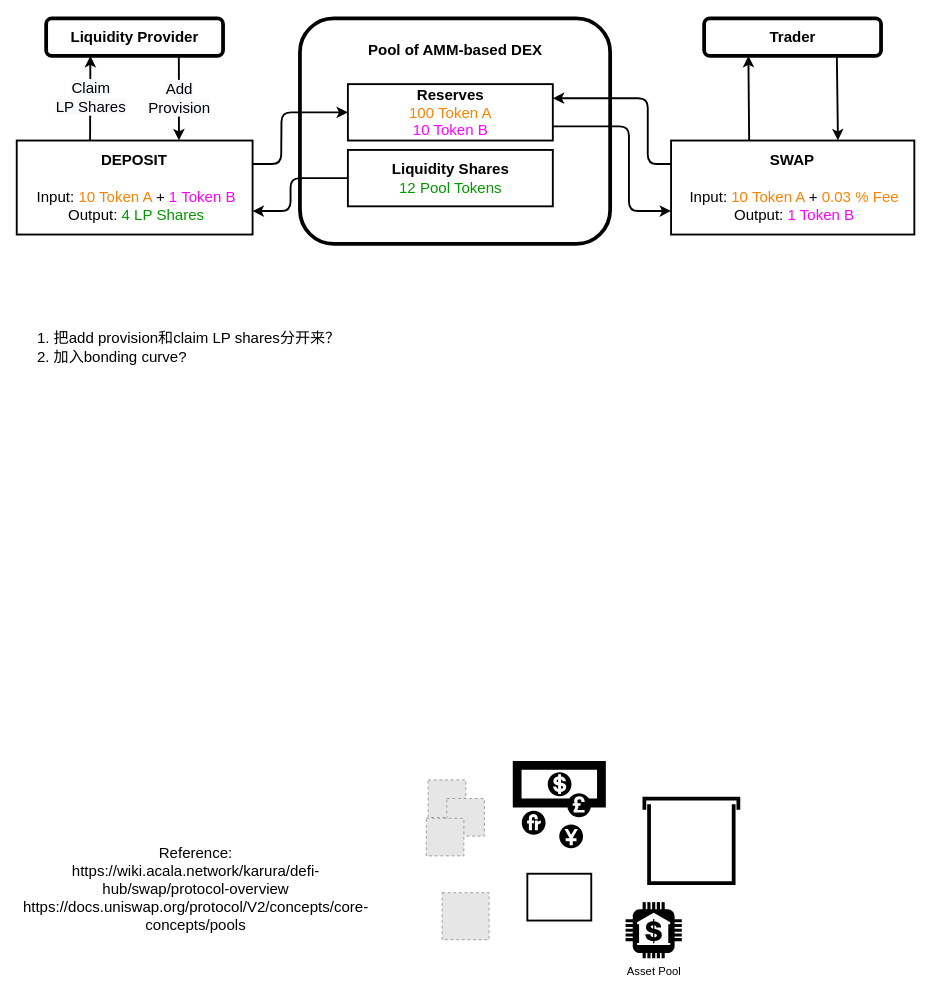
This is page "Page-1" (1 of 2) of assets/AMM mechanism.drawio from xujiahuayz/bondingcurves, a draw.io file, before an edit. Source tidied: cells renumbered, new cells numbered last; positions are measured from the earlier drawing's top-left corner, leaving out a move shared by most shapes. Both pictures are drawn from the tidied source at 94%, with x=0, y=0 at pixel (16, 18). Pictures stored in the file or linked from it are replaced by grey dashed boxes.
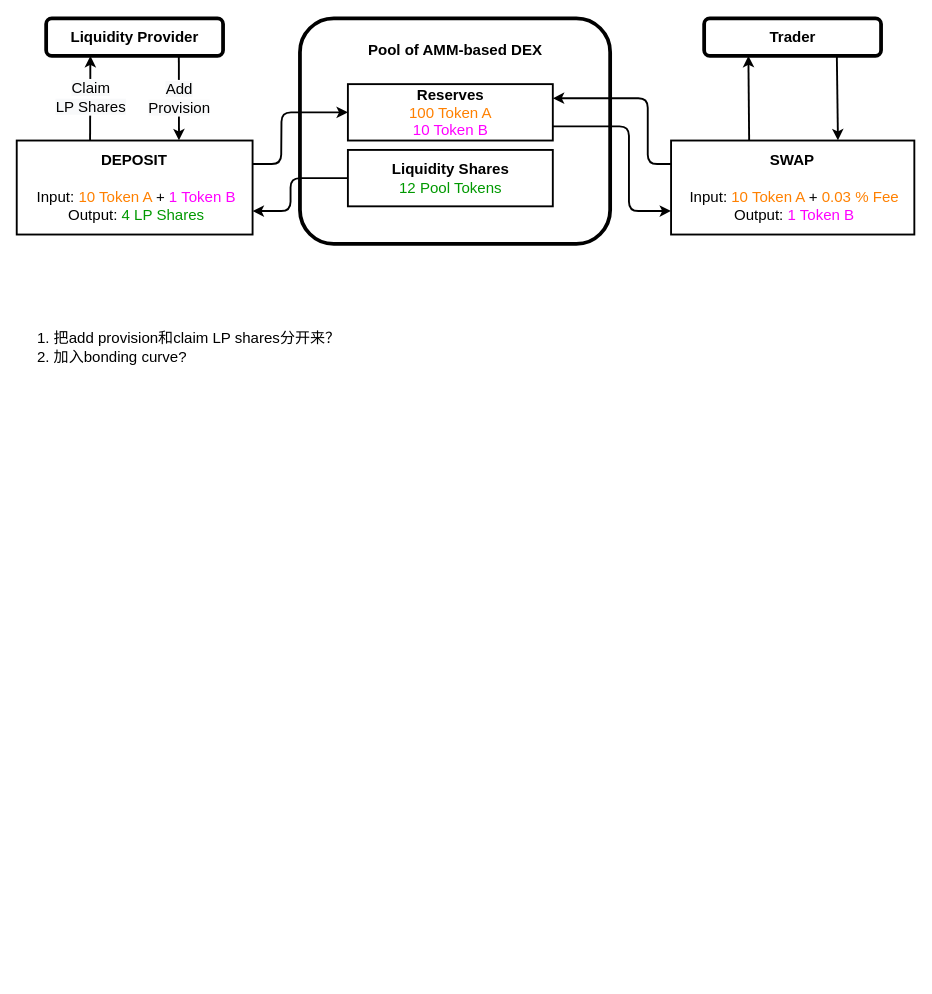
Above is the later version.

What changed in the source:
```diff
@@
-    <mxCell id="2" style="fillColor=#E6E6E6;strokeColor=#999999;dashed=1;verticalLabelPosition=bottom;labelBackgroundColor=#ffffff;verticalAlign=top;" parent="1" vertex="1">
-      <mxGeometry x="438" y="810.2" width="40" height="40" as="geometry" />
-    </mxCell>
-    <mxCell id="3" value="Asset Pool" style="dashed=0;verticalLabelPosition=bottom;verticalAlign=top;align=center;html=1;shape=mxgraph.aws3.bank;fillColor=#000000;gradientColor=none;shadow=0;" parent="1" vertex="1">
-      <mxGeometry x="648" y="940.2" width="59.8" height="59.8" as="geometry" />
-    </mxCell>
-    <mxCell id="4" style="fillColor=#E6E6E6;strokeColor=#999999;dashed=1;verticalLabelPosition=bottom;labelBackgroundColor=#ffffff;verticalAlign=top;" parent="1" vertex="1">
-      <mxGeometry x="457.8" y="830" width="40" height="40" as="geometry" />
-    </mxCell>
-    <mxCell id="5" style="fillColor=#E6E6E6;strokeColor=#999999;dashed=1;html=1;verticalAlign=top;verticalLabelPosition=bottom;labelBackgroundColor=#ffffff;" parent="1" vertex="1">
-      <mxGeometry x="452.8" y="930.2" width="50" height="50" as="geometry" />
-    </mxCell>
-    <mxCell id="6" style="shape=mxgraph.signs.travel.currency_exchange;html=1;fillColor=#000000;strokeColor=none;verticalLabelPosition=bottom;verticalAlign=top;align=center;" parent="1" vertex="1">
-      <mxGeometry x="528" y="790" width="99" height="93" as="geometry" />
-    </mxCell>
-    <mxCell id="7" style="shape=mxgraph.pid.vessels.tank_(covered);html=1;align=center;verticalLabelPosition=bottom;verticalAlign=top;dashed=0;strokeWidth=4;fillColor=none;" parent="1" vertex="1">
-      <mxGeometry x="668" y="830" width="100" height="90" as="geometry" />
-    </mxCell>
-    <mxCell id="8" style="rounded=0;whiteSpace=wrap;html=1;strokeWidth=2;fillColor=none;" parent="1" vertex="1">
-      <mxGeometry x="543.5" y="910" width="68" height="49.8" as="geometry" />
-    </mxCell>
-    <mxCell id="9" style="fillColor=#E6E6E6;strokeColor=#999999;dashed=1;verticalLabelPosition=bottom;labelBackgroundColor=#ffffff;verticalAlign=top;" parent="1" vertex="1">
-      <mxGeometry x="436" y="851" width="40" height="40" as="geometry" />
-    </mxCell>
-    <mxCell id="10" value="Reference:&lt;br&gt;https://wiki.acala.network/karura/defi-hub/swap/protocol-overview&lt;br&gt;https://docs.uniswap.org/protocol/V2/concepts/core-concepts/pools" style="text;html=1;strokeColor=none;fillColor=none;align=center;verticalAlign=middle;whiteSpace=wrap;rounded=0;shadow=0;fontSize=16;" parent="1" vertex="1">
-      <mxGeometry x="96" y="851" width="190" height="150" as="geometry" />
-    </mxCell>
```
